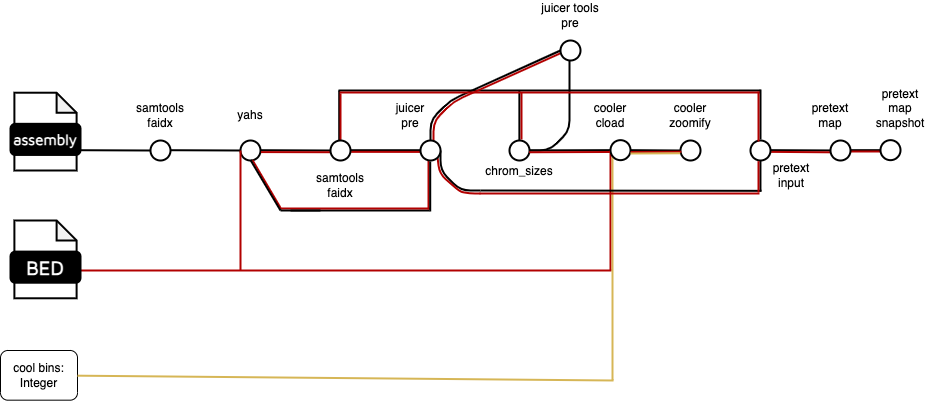
Before: docs/images/v1/scaffolding.png, a diagram exported from draw.io (sanger-tol/genomeassembly). Source tidied: cells renumbered, new cells last; positions are measured from the earlier drawing's top-left corner, leaving out a move shared by most shapes.
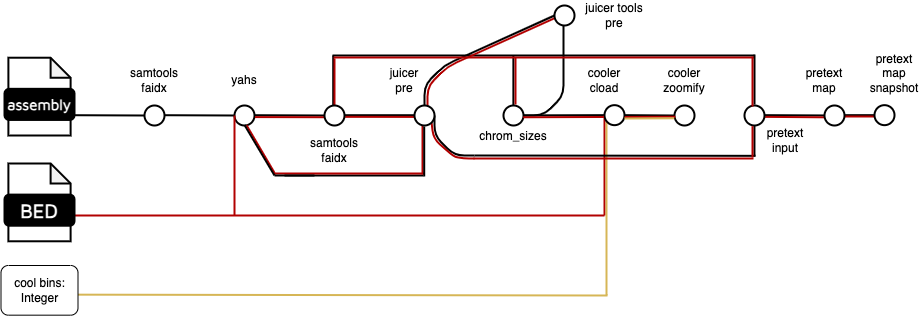
Later version of the same file.

Change to the diagram source:
```diff
@@ -11,13 +11,10 @@
     <mxCell id="4" value="&lt;font face=&quot;Maven Pro&quot; color=&quot;#ffffff&quot;&gt;&lt;b&gt;&lt;font style=&quot;font-size: 15px;&quot;&gt;assembly&lt;/font&gt;&lt;/b&gt;&lt;/font&gt;" style="rounded=1;whiteSpace=wrap;html=1;strokeWidth=2;fillColor=#000000;" parent="2" vertex="1">
       <mxGeometry y="31.1" width="70" height="31.1" as="geometry" />
     </mxCell>
-    <mxCell id="5" value="cool bins: Integer" style="rounded=1;whiteSpace=wrap;html=1;" parent="1" vertex="1">
-      <mxGeometry y="350" width="77" height="49.7" as="geometry" />
-    </mxCell>
     <mxCell id="6" style="endArrow=none;html=1;rounded=1;strokeWidth=2;fillColor=#e51400;strokeColor=#B20000;" parent="1" edge="1">
       <mxGeometry relative="1" as="geometry">
-        <mxPoint x="80" y="270" as="sourcePoint" />
-        <mxPoint x="611" y="270" as="targetPoint" />
+        <mxPoint x="79" y="250" as="sourcePoint" />
+        <mxPoint x="610" y="250" as="targetPoint" />
       </mxGeometry>
     </mxCell>
     <mxCell id="7" style="ellipse;whiteSpace=wrap;html=1;rounded=1;rotation=0;strokeWidth=2;" parent="1" vertex="1">
@@ -54,7 +51,7 @@
       <mxGeometry x="870" y="93" width="60" height="30" as="geometry" />
     </mxCell>
     <mxCell id="18" value="juicer tools pre" style="text;html=1;strokeColor=none;fillColor=none;align=center;verticalAlign=middle;whiteSpace=wrap;rounded=0;" parent="1" vertex="1">
-      <mxGeometry x="540" width="60" height="30" as="geometry" />
+      <mxGeometry x="590" y="35" width="60" height="30" as="geometry" />
     </mxCell>
     <mxCell id="19" style="ellipse;whiteSpace=wrap;html=1;rounded=1;rotation=0;strokeWidth=2;" parent="1" vertex="1">
       <mxGeometry x="240" y="140" width="20" height="20" as="geometry" />
@@ -116,11 +113,11 @@
     <mxCell id="30" style="endArrow=none;html=1;rounded=1;strokeWidth=2;strokeColor=#B20000;fillColor=#e51400;" parent="1" edge="1">
       <mxGeometry relative="1" as="geometry">
         <mxPoint x="240" y="150" as="sourcePoint" />
-        <mxPoint x="240" y="270" as="targetPoint" />
+        <mxPoint x="240" y="250" as="targetPoint" />
       </mxGeometry>
     </mxCell>
     <mxCell id="31" style="group;" parent="1" vertex="1">
-      <mxGeometry x="10" y="220" width="70" height="77.8" as="geometry" />
+      <mxGeometry x="10" y="198" width="70" height="77.8" as="geometry" />
     </mxCell>
     <mxCell id="32" style="shape=note;whiteSpace=wrap;html=1;backgroundOutline=1;darkOpacity=0.05;rounded=1;size=20;strokeWidth=2;" parent="31" vertex="1">
       <mxGeometry x="3.9" width="62.2" height="77.8" as="geometry" />
@@ -130,17 +127,17 @@
     </mxCell>
     <mxCell id="34" style="endArrow=none;html=1;rounded=1;strokeWidth=2;strokeColor=#B20000;fillColor=#e51400;exitX=0;exitY=0.5;exitDx=0;exitDy=0;" parent="1" edge="1" source="51">
       <mxGeometry relative="1" as="geometry">
-        <mxPoint x="610" y="270" as="targetPoint" />
+        <mxPoint x="610" y="250" as="targetPoint" />
       </mxGeometry>
     </mxCell>
-    <mxCell id="35" style="endArrow=none;html=1;rounded=1;strokeWidth=2;strokeColor=#d6b656;fillColor=#fff2cc;" parent="1" edge="1" source="5">
+    <mxCell id="35" style="endArrow=none;html=1;rounded=1;strokeWidth=2;strokeColor=#d6b656;fillColor=#fff2cc;exitX=0.999;exitY=0.587;exitDx=0;exitDy=0;exitPerimeter=0;" parent="1" edge="1" source="5">
       <mxGeometry relative="1" as="geometry">
-        <mxPoint x="613" y="380" as="targetPoint" />
+        <mxPoint x="613" y="330" as="targetPoint" />
       </mxGeometry>
     </mxCell>
     <mxCell id="36" style="endArrow=none;html=1;rounded=1;strokeWidth=2;fillColor=#fff2cc;strokeColor=#d6b656;exitX=0.1;exitY=0.821;exitDx=0;exitDy=0;exitPerimeter=0;" parent="1" edge="1" source="51">
       <mxGeometry relative="1" as="geometry">
-        <mxPoint x="612" y="380" as="targetPoint" />
+        <mxPoint x="612" y="330" as="targetPoint" />
       </mxGeometry>
     </mxCell>
     <mxCell id="37" style="endArrow=none;html=1;rounded=1;strokeWidth=2;" parent="1" edge="1" source="51" target="38">
@@ -367,5 +364,8 @@
         <mxPoint x="758" y="192" as="targetPoint" />
       </mxGeometry>
     </mxCell>
+    <mxCell id="5" value="cool bins: Integer" style="rounded=1;whiteSpace=wrap;html=1;" parent="1" vertex="1">
+      <mxGeometry x="6.5" y="300" width="77" height="49.7" as="geometry" />
+    </mxCell>
   </root>
 </mxGraphModel>
```
